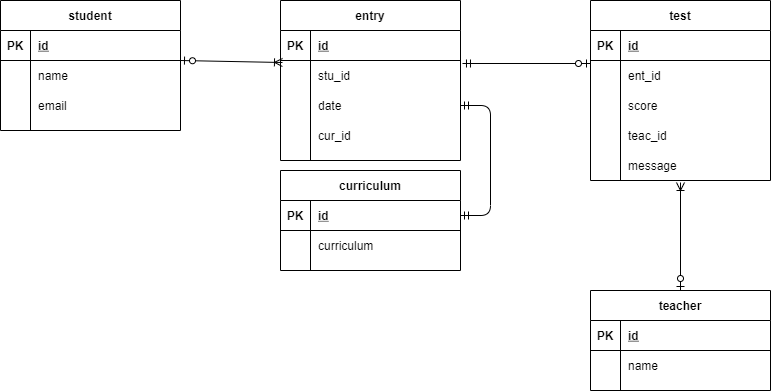
Before: index.drawio.png, a diagram exported from draw.io (i-system-yaa999/Database_Chapter8_EX). Source tidied: cells renumbered, new cells last; positions are measured from the earlier drawing's top-left corner, leaving out a move shared by most shapes.
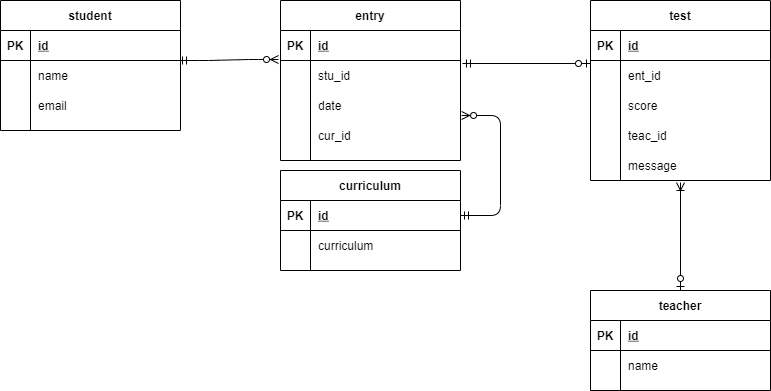
Later version of the same file.

Change to the diagram source:
```diff
@@ -166,14 +166,19 @@
         <mxPoint x="680" y="182" as="targetPoint" />
       </mxGeometry>
     </mxCell>
+    <mxCell id="58" style="fontSize=12;html=1;endArrow=ERzeroToOne;startArrow=ERmandOne;entryX=0;entryY=0.1;entryDx=0;entryDy=0;entryPerimeter=0;exitX=1.011;exitY=0.1;exitDx=0;exitDy=0;exitPerimeter=0;" parent="1" edge="1" source="32" target="16">
+      <mxGeometry relative="1" as="geometry" />
+    </mxCell>
+    <mxCell id="59" style="edgeStyle=orthogonalEdgeStyle;fontSize=12;html=1;endArrow=ERzeroToMany;startArrow=ERmandOne;entryX=1.006;entryY=-0.167;entryDx=0;entryDy=0;entryPerimeter=0;exitX=1;exitY=0.5;exitDx=0;exitDy=0;" parent="1" edge="1" source="49" target="38">
+      <mxGeometry relative="1" as="geometry">
+        <Array as="points">
+          <mxPoint x="500" y="215" />
+          <mxPoint x="500" y="115" />
+        </Array>
+      </mxGeometry>
+    </mxCell>
-    <mxCell id="56" style="fontSize=12;html=1;endArrow=ERoneToMany;startArrow=ERzeroToOne;exitX=1;exitY=0;exitDx=0;exitDy=0;exitPerimeter=0;entryX=0.011;entryY=0.067;entryDx=0;entryDy=0;entryPerimeter=0;" parent="1" edge="1" source="6" target="32">
+    <mxCell id="56" style="edgeStyle=entityRelationEdgeStyle;fontSize=12;html=1;endArrow=ERzeroToMany;startArrow=ERmandOne;entryX=-0.011;entryY=-0.033;entryDx=0;entryDy=0;entryPerimeter=0;exitX=0.989;exitY=0;exitDx=0;exitDy=0;exitPerimeter=0;" parent="1" edge="1" source="6" target="32">
       <mxGeometry relative="1" as="geometry" />
     </mxCell>
-    <mxCell id="57" style="edgeStyle=entityRelationEdgeStyle;fontSize=12;html=1;endArrow=ERmandOne;startArrow=ERmandOne;entryX=1;entryY=0.5;entryDx=0;entryDy=0;exitX=1;exitY=0.5;exitDx=0;exitDy=0;" parent="1" edge="1" source="49" target="35">
-      <mxGeometry relative="1" as="geometry" />
-    </mxCell>
-    <mxCell id="58" style="fontSize=12;html=1;endArrow=ERzeroToOne;startArrow=ERmandOne;entryX=0;entryY=0.1;entryDx=0;entryDy=0;entryPerimeter=0;exitX=1.011;exitY=0.1;exitDx=0;exitDy=0;exitPerimeter=0;" parent="1" edge="1" source="32" target="16">
-      <mxGeometry relative="1" as="geometry" />
-    </mxCell>
   </root>
 </mxGraphModel>
```
